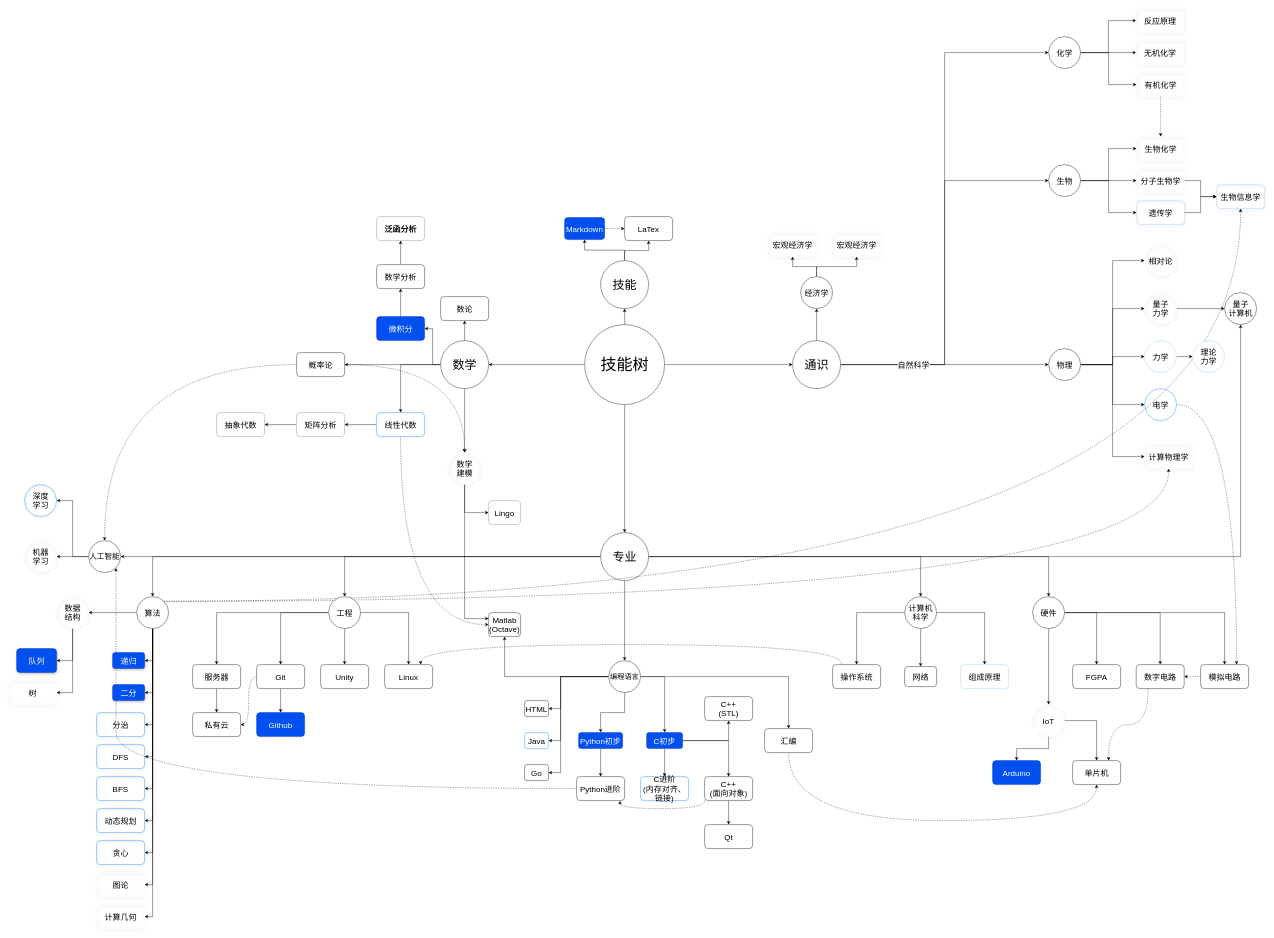
JohnLulzh2002/My-notes keeps this draw.io diagram as map.drawio. Above is the earlier version. Source tidied: cells renumbered, new cells numbered last; positions are measured from the earlier drawing's top-left corner, leaving out a move shared by most shapes. Both pictures are drawn from the tidied source at 40%, with x=0, y=0 at pixel (8, 8).
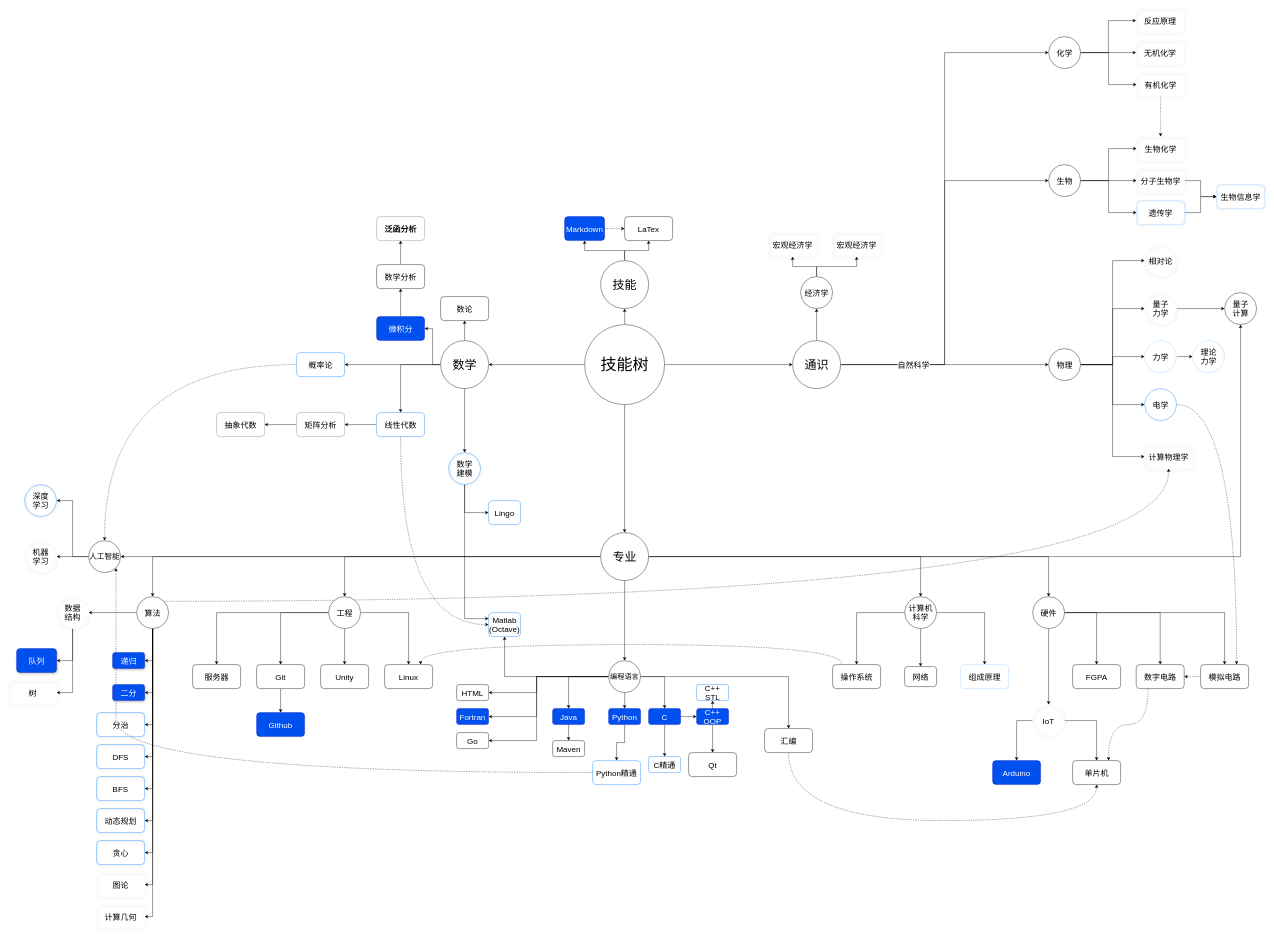
Above is the later version.

The change refers to these unchanged cells:
```xml
<mxCell id="65" value="&lt;font style=&quot;font-size: 18px&quot;&gt;编程语言&lt;/font&gt;" style="ellipse;whiteSpace=wrap;html=1;fontSize=20;" parent="1" vertex="1">
  <mxGeometry x="1500" y="1630" width="80" height="80" as="geometry" />
</mxCell>
<mxCell id="91" value="算法" style="ellipse;whiteSpace=wrap;html=1;fontSize=20;" parent="1" vertex="1">
  <mxGeometry x="320" y="1470" width="80" height="80" as="geometry" />
</mxCell>
<mxCell id="129" value="Git" style="rounded=1;whiteSpace=wrap;html=1;gradientColor=none;fontSize=20;" parent="1" vertex="1">
  <mxGeometry x="620" y="1640" width="120" height="60" as="geometry" />
</mxCell>
<mxCell id="152" value="IoT" style="ellipse;whiteSpace=wrap;html=1;rounded=1;shadow=1;glass=0;strokeColor=#FFFFFF;fillColor=none;gradientColor=none;fontSize=20;" parent="1" vertex="1">
  <mxGeometry x="2560" y="1740" width="80" height="80" as="geometry" />
</mxCell>
<mxCell id="154" value="Arduino" style="rounded=1;whiteSpace=wrap;html=1;fontSize=20;strokeColor=#001DBC;fillColor=#0050ef;fontColor=#ffffff;" parent="1" vertex="1">
  <mxGeometry x="2460" y="1880" width="120" height="60" as="geometry" />
</mxCell>
<mxCell id="162" value="生物信息学" style="rounded=1;whiteSpace=wrap;html=1;shadow=1;glass=0;fillColor=none;gradientColor=none;fontSize=20;strokeColor=#99CCFF;" parent="1" vertex="1">
  <mxGeometry x="3020" y="440" width="120" height="60" as="geometry" />
</mxCell>
<mxCell id="173" value="服务器" style="rounded=1;whiteSpace=wrap;html=1;gradientColor=none;fontSize=20;" parent="1" vertex="1">
  <mxGeometry x="460" y="1640" width="120" height="60" as="geometry" />
</mxCell>
```

Change to the diagram source:
```diff
@@
-    <mxCell id="45" style="edgeStyle=orthogonalEdgeStyle;rounded=0;jettySize=auto;html=1;curved=1;dashed=1;" parent="1" edge="1" source="46" target="186">
-      <mxGeometry relative="1" as="geometry" />
-    </mxCell>
-    <mxCell id="46" value="概率论" style="whiteSpace=wrap;html=1;fontSize=20;rounded=1;" parent="1" vertex="1">
+    <mxCell id="46" value="概率论" style="whiteSpace=wrap;html=1;fontSize=20;rounded=1;fillColor=default;gradientColor=none;strokeColor=#007FFF;" parent="1" vertex="1">
       <mxGeometry x="720" y="860" width="120" height="60" as="geometry" />
     </mxCell>
@@
-    <mxCell id="59" style="edgeStyle=orthogonalEdgeStyle;rounded=0;jettySize=auto;html=1;fontSize=20;" parent="1" edge="1" source="65" target="74">
+    <mxCell id="59" style="edgeStyle=orthogonalEdgeStyle;rounded=0;jettySize=auto;html=1;fontSize=20;" parent="1" edge="1" source="65" target="190">
       <mxGeometry relative="1" as="geometry">
         <Array as="points">
-          <mxPoint x="1380" y="1670" />
-          <mxPoint x="1380" y="1830" />
+          <mxPoint x="1320" y="1670" />
+          <mxPoint x="1320" y="1770" />
         </Array>
       </mxGeometry>
     </mxCell>
-    <mxCell id="60" style="edgeStyle=orthogonalEdgeStyle;rounded=0;jettySize=auto;html=1;fontSize=20;" parent="1" edge="1" source="65" target="76">
-      <mxGeometry relative="1" as="geometry" />
+    <mxCell id="60" style="edgeStyle=orthogonalEdgeStyle;rounded=0;jettySize=auto;html=1;fontSize=20;" parent="1" edge="1" target="76">
+      <mxGeometry relative="1" as="geometry">
+        <mxPoint x="1540" y="1670" as="sourcePoint" />
+      </mxGeometry>
     </mxCell>
@@
     <mxCell id="63" style="edgeStyle=orthogonalEdgeStyle;rounded=0;jettySize=auto;html=1;entryX=1;entryY=0.5;entryDx=0;entryDy=0;fontSize=20;" parent="1" edge="1" source="65" target="131">
       <mxGeometry relative="1" as="geometry">
         <Array as="points">
-          <mxPoint x="1380" y="1670" />
-          <mxPoint x="1380" y="1910" />
+          <mxPoint x="1320" y="1670" />
+          <mxPoint x="1320" y="1830" />
         </Array>
       </mxGeometry>
     </mxCell>
     <mxCell id="64" style="edgeStyle=orthogonalEdgeStyle;rounded=0;jettySize=auto;html=1;entryX=1;entryY=0.5;entryDx=0;entryDy=0;fontSize=20;" parent="1" edge="1" source="65" target="164">
       <mxGeometry relative="1" as="geometry">
         <Array as="points">
-          <mxPoint x="1380" y="1670" />
-          <mxPoint x="1380" y="1750" />
+          <mxPoint x="1320" y="1670" />
+          <mxPoint x="1320" y="1710" />
         </Array>
       </mxGeometry>
     </mxCell>
+    <mxCell id="188" style="edgeStyle=orthogonalEdgeStyle;html=1;rounded=0;" parent="1" edge="1" source="65" target="74">
+      <mxGeometry relative="1" as="geometry">
+        <Array as="points">
+          <mxPoint x="1400" y="1670" />
+        </Array>
+      </mxGeometry>
+    </mxCell>
@@
-    <mxCell id="67" style="edgeStyle=orthogonalEdgeStyle;rounded=0;jettySize=auto;html=1;" parent="1" edge="1" source="69" target="177">
-      <mxGeometry relative="1" as="geometry" />
-    </mxCell>
@@
-    <mxCell id="69" value="C初步" style="whiteSpace=wrap;html=1;fontSize=20;rounded=1;fillColor=#0050ef;strokeColor=#001DBC;fontColor=#ffffff;" parent="1" vertex="1">
-      <mxGeometry x="1595" y="1810" width="90" height="40" as="geometry" />
+    <mxCell id="69" value="C" style="whiteSpace=wrap;html=1;fontSize=20;rounded=1;fillColor=#0050ef;strokeColor=#001DBC;fontColor=#ffffff;" parent="1" vertex="1">
+      <mxGeometry x="1600" y="1750" width="80" height="40" as="geometry" />
     </mxCell>
-    <mxCell id="70" value="C进阶&lt;br&gt;(内存对齐、链接)" style="whiteSpace=wrap;html=1;fontSize=20;rounded=1;gradientColor=none;strokeColor=#007FFF;" parent="1" vertex="1">
-      <mxGeometry x="1580" y="1920" width="120" height="60" as="geometry" />
+    <mxCell id="70" value="C精通" style="whiteSpace=wrap;html=1;fontSize=20;rounded=1;gradientColor=none;strokeColor=#007FFF;" parent="1" vertex="1">
+      <mxGeometry x="1600" y="1870" width="80" height="40" as="geometry" />
     </mxCell>
-    <mxCell id="71" style="edgeStyle=orthogonalEdgeStyle;rounded=0;jettySize=auto;html=1;fontSize=20;dashed=1;curved=1;entryX=0.904;entryY=1.008;entryDx=0;entryDy=0;exitX=0;exitY=1;exitDx=0;exitDy=0;entryPerimeter=0;" parent="1" edge="1" source="73" target="78">
-      <mxGeometry relative="1" as="geometry" />
-    </mxCell>
@@
+    <mxCell id="189" style="edgeStyle=none;html=1;" parent="1" edge="1" source="73" target="177">
+      <mxGeometry relative="1" as="geometry" />
+    </mxCell>
-    <mxCell id="73" value="C++&lt;br&gt;(面向对象)" style="rounded=1;whiteSpace=wrap;html=1;gradientColor=none;fontSize=20;" parent="1" vertex="1">
-      <mxGeometry x="1740" y="1920" width="120" height="60" as="geometry" />
+    <mxCell id="73" value="C++&lt;br&gt;OOP" style="rounded=1;whiteSpace=wrap;html=1;fontSize=20;fillColor=#0050ef;fontColor=#ffffff;strokeColor=#001DBC;" parent="1" vertex="1">
+      <mxGeometry x="1720" y="1750" width="80" height="40" as="geometry" />
     </mxCell>
-    <mxCell id="74" value="Java" style="rounded=1;whiteSpace=wrap;html=1;gradientColor=none;fontSize=20;strokeColor=#007FFF;" parent="1" vertex="1">
-      <mxGeometry x="1290" y="1810" width="60" height="40" as="geometry" />
-    </mxCell>
@@
-    <mxCell id="76" value="Python初步" style="rounded=1;whiteSpace=wrap;html=1;fontSize=20;fillColor=#0050ef;strokeColor=#001DBC;fontColor=#ffffff;" parent="1" vertex="1">
-      <mxGeometry x="1425" y="1810" width="110" height="40" as="geometry" />
+    <mxCell id="76" value="Python" style="rounded=1;whiteSpace=wrap;html=1;fontSize=20;fillColor=#0050ef;strokeColor=#001DBC;fontColor=#ffffff;" parent="1" vertex="1">
+      <mxGeometry x="1500" y="1750" width="80" height="40" as="geometry" />
     </mxCell>
@@
-    <mxCell id="78" value="Python进阶" style="rounded=1;whiteSpace=wrap;html=1;gradientColor=none;fontSize=20;" parent="1" vertex="1">
-      <mxGeometry x="1420" y="1920" width="120" height="60" as="geometry" />
+    <mxCell id="78" value="Python精通" style="rounded=1;whiteSpace=wrap;html=1;gradientColor=none;fontSize=20;strokeColor=#007FFF;" parent="1" vertex="1">
+      <mxGeometry x="1460" y="1880" width="120" height="60" as="geometry" />
     </mxCell>
@@
-    <mxCell id="87" style="edgeStyle=orthogonalEdgeStyle;rounded=0;jettySize=auto;html=1;fontSize=20;curved=1;dashed=1;exitX=1;exitY=0;exitDx=0;exitDy=0;" parent="1" edge="1" source="91" target="162">
-      <mxGeometry relative="1" as="geometry" />
-    </mxCell>
@@
-    <mxCell id="121" value="Matlab&lt;br&gt;(Octave)" style="rounded=1;whiteSpace=wrap;html=1;gradientColor=none;fontSize=20;" parent="1" vertex="1">
+    <mxCell id="121" value="Matlab&lt;br&gt;(Octave)" style="rounded=1;whiteSpace=wrap;html=1;gradientColor=none;fontSize=20;strokeColor=#007FFF;" parent="1" vertex="1">
       <mxGeometry x="1200" y="1510" width="80" height="60" as="geometry" />
     </mxCell>
@@
-    <mxCell id="128" style="edgeStyle=orthogonalEdgeStyle;rounded=0;jettySize=auto;html=1;entryX=1;entryY=0.5;entryDx=0;entryDy=0;curved=1;dashed=1;" parent="1" edge="1" source="129" target="174">
-      <mxGeometry relative="1" as="geometry" />
-    </mxCell>
@@
     <mxCell id="131" value="Go" style="rounded=1;whiteSpace=wrap;html=1;gradientColor=none;fontSize=20;" parent="1" vertex="1">
-      <mxGeometry x="1290" y="1890" width="60" height="40" as="geometry" />
+      <mxGeometry x="1120" y="1810" width="80" height="40" as="geometry" />
     </mxCell>
@@
     <mxCell id="133" value="Markdown" style="rounded=1;whiteSpace=wrap;html=1;fontSize=20;fillColor=#0050ef;strokeColor=#001DBC;fontColor=#ffffff;" parent="1" vertex="1">
-      <mxGeometry x="1390" y="522.5" width="100" height="55" as="geometry" />
+      <mxGeometry x="1390" y="520" width="100" height="60" as="geometry" />
     </mxCell>
@@
-    <mxCell id="149" value="量子&lt;br&gt;计算机" style="ellipse;whiteSpace=wrap;html=1;fontSize=20;" parent="1" vertex="1">
+    <mxCell id="149" value="量子&lt;br&gt;计算" style="ellipse;whiteSpace=wrap;html=1;fontSize=20;" parent="1" vertex="1">
       <mxGeometry x="3040" y="710" width="80" height="80" as="geometry" />
     </mxCell>
-    <mxCell id="150" style="edgeStyle=orthogonalEdgeStyle;rounded=0;jettySize=auto;html=1;entryX=0.5;entryY=0;entryDx=0;entryDy=0;fontSize=20;" parent="1" edge="1" source="152" target="154">
+    <mxCell id="150" style="edgeStyle=orthogonalEdgeStyle;rounded=0;jettySize=auto;html=1;entryX=0.5;entryY=0;entryDx=0;entryDy=0;fontSize=20;exitX=0;exitY=0.5;exitDx=0;exitDy=0;" parent="1" edge="1" source="152" target="154">
       <mxGeometry relative="1" as="geometry" />
     </mxCell>
@@
     <mxCell id="164" value="HTML" style="rounded=1;whiteSpace=wrap;html=1;gradientColor=none;fontSize=20;" parent="1" vertex="1">
-      <mxGeometry x="1290" y="1730" width="60" height="40" as="geometry" />
+      <mxGeometry x="1120" y="1690" width="80" height="40" as="geometry" />
     </mxCell>
@@
     <mxCell id="168" value="Qt" style="rounded=1;whiteSpace=wrap;html=1;gradientColor=none;fontSize=20;" parent="1" vertex="1">
-      <mxGeometry x="1740" y="2040" width="120" height="60" as="geometry" />
+      <mxGeometry x="1700" y="1860" width="120" height="60" as="geometry" />
     </mxCell>
@@
-    <mxCell id="172" style="edgeStyle=orthogonalEdgeStyle;rounded=0;jettySize=auto;html=1;" parent="1" edge="1" source="173" target="174">
-      <mxGeometry relative="1" as="geometry" />
-    </mxCell>
@@
-    <mxCell id="174" value="私有云" style="rounded=1;whiteSpace=wrap;html=1;gradientColor=none;fontSize=20;" parent="1" vertex="1">
-      <mxGeometry x="460" y="1760" width="120" height="60" as="geometry" />
-    </mxCell>
@@
-    <mxCell id="177" value="C++&lt;br&gt;(STL)" style="rounded=1;whiteSpace=wrap;html=1;gradientColor=none;fontSize=20;" parent="1" vertex="1">
-      <mxGeometry x="1740" y="1720" width="120" height="60" as="geometry" />
+    <mxCell id="177" value="C++&lt;br&gt;STL" style="rounded=1;whiteSpace=wrap;html=1;gradientColor=none;fontSize=20;strokeColor=#007FFF;" parent="1" vertex="1">
+      <mxGeometry x="1720" y="1690" width="80" height="40" as="geometry" />
     </mxCell>
@@
-    <mxCell id="186" value="数学&lt;br&gt;建模" style="ellipse;whiteSpace=wrap;html=1;rounded=1;shadow=1;glass=0;strokeColor=#FFFFFF;fillColor=none;gradientColor=none;fontSize=20;" parent="1" vertex="1">
+    <mxCell id="186" value="数学&lt;br&gt;建模" style="ellipse;whiteSpace=wrap;html=1;rounded=1;shadow=1;glass=0;strokeColor=#007FFF;fillColor=none;gradientColor=none;fontSize=20;" parent="1" vertex="1">
       <mxGeometry x="1100" y="1110" width="80" height="80" as="geometry" />
     </mxCell>
-    <mxCell id="187" value="Lingo" style="whiteSpace=wrap;html=1;rounded=1;fontSize=20;strokeColor=#808080;" parent="1" vertex="1">
+    <mxCell id="187" value="Lingo" style="whiteSpace=wrap;html=1;rounded=1;fontSize=20;strokeColor=#007FFF;" parent="1" vertex="1">
       <mxGeometry x="1200" y="1230" width="80" height="60" as="geometry" />
     </mxCell>
+    <mxCell id="190" value="Fortran" style="rounded=1;whiteSpace=wrap;html=1;fontSize=20;fillColor=#0050ef;fontColor=#ffffff;strokeColor=#001DBC;" parent="1" vertex="1">
+      <mxGeometry x="1120" y="1750" width="80" height="40" as="geometry" />
+    </mxCell>
+    <mxCell id="191" value="Maven" style="rounded=1;whiteSpace=wrap;html=1;gradientColor=none;fontSize=20;" parent="1" vertex="1">
+      <mxGeometry x="1360" y="1830" width="80" height="40" as="geometry" />
+    </mxCell>
+    <mxCell id="192" style="edgeStyle=orthogonalEdgeStyle;rounded=0;html=1;elbow=vertical;" parent="1" edge="1">
+      <mxGeometry relative="1" as="geometry">
+        <mxPoint x="1400" y="1750" as="sourcePoint" />
+        <mxPoint x="1400" y="1790" as="targetPoint" />
+      </mxGeometry>
+    </mxCell>
+    <mxCell id="193" style="edgeStyle=orthogonalEdgeStyle;rounded=0;html=1;elbow=vertical;" parent="1" edge="1" source="74" target="191">
+      <mxGeometry relative="1" as="geometry" />
+    </mxCell>
+    <mxCell id="74" value="Java" style="rounded=1;whiteSpace=wrap;html=1;fontSize=20;fillColor=#0050ef;strokeColor=#001DBC;fontColor=#ffffff;" parent="1" vertex="1">
+      <mxGeometry x="1360" y="1750" width="80" height="40" as="geometry" />
+    </mxCell>
```
